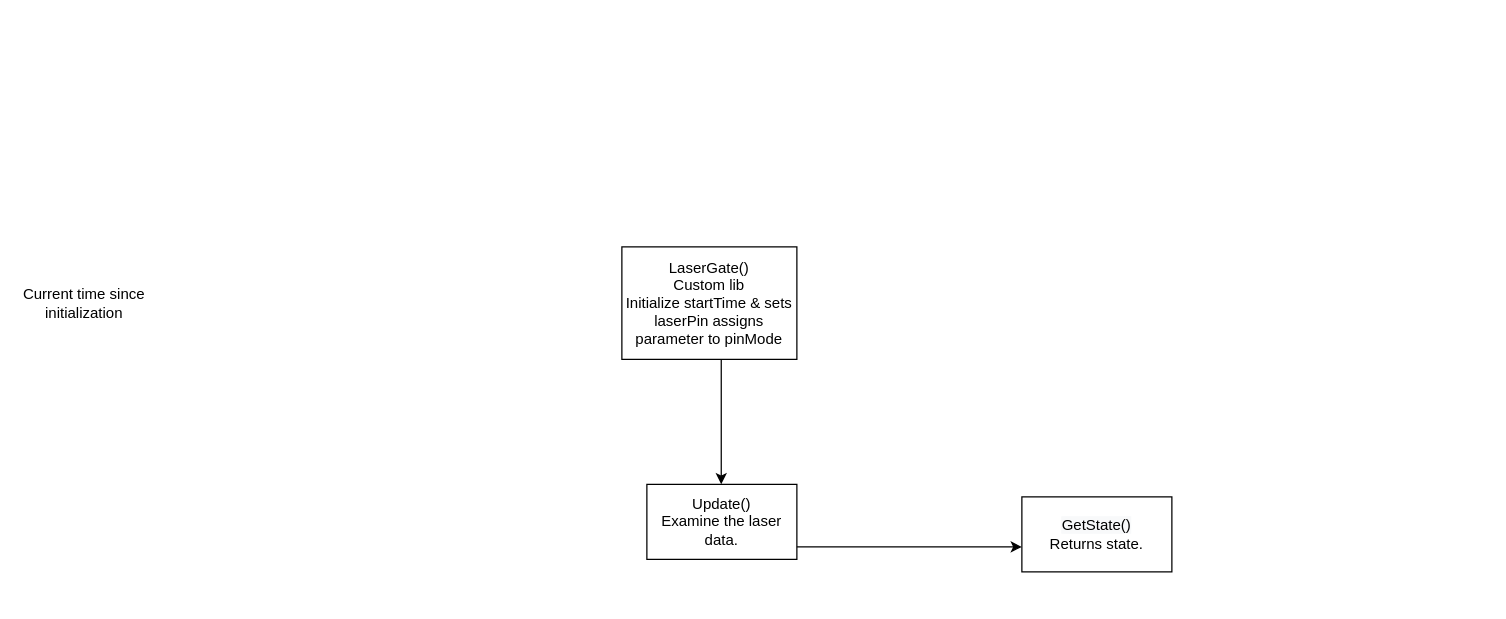
The draw.io diagram Diagrams/Lasergate.drawio in Daniel-Git-Hub/ENGG3000_T6, before the edit. Source tidied: cells renumbered, new cells numbered last; positions are measured from the earlier drawing's top-left corner, leaving out a move shared by most shapes. Both pictures are drawn from the tidied source at 125%, with x=0, y=0 at pixel (21, 246).
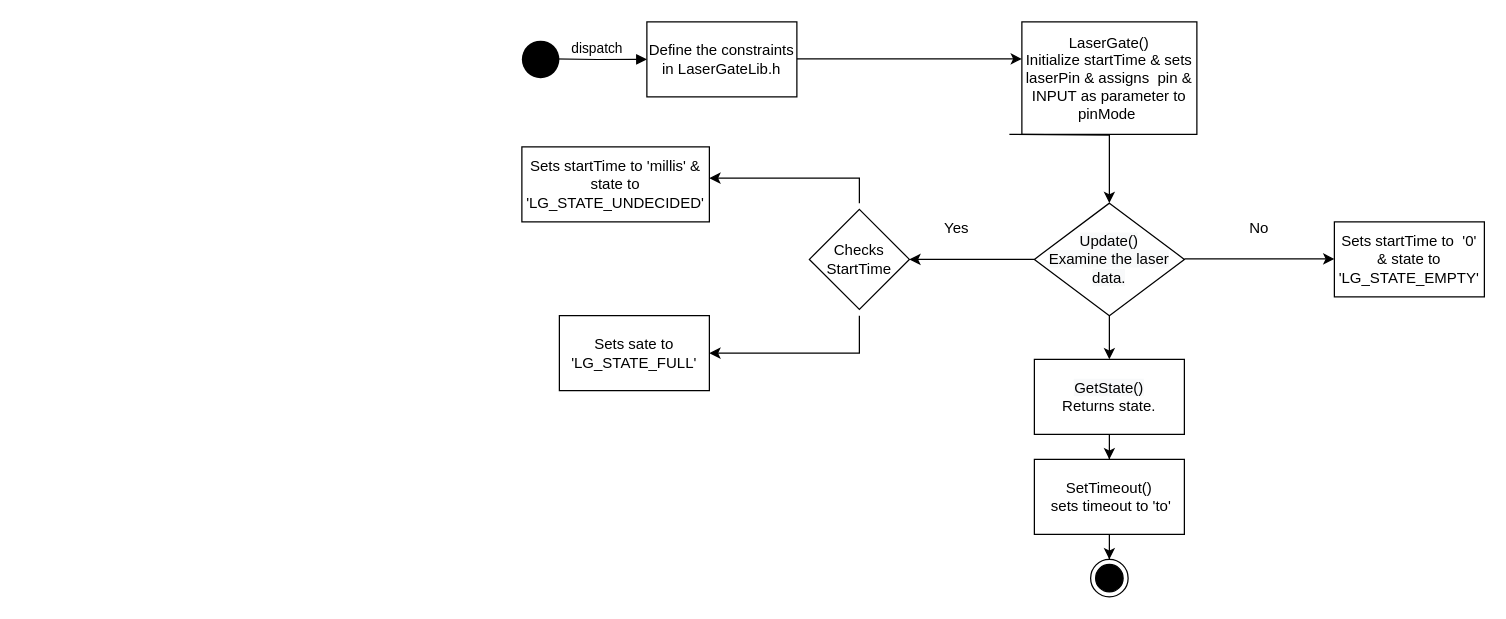
After the change.

Diff of the diagram source:
```diff
@@
-    <mxCell id="2" value="Current time since initialization" style="text;html=1;strokeColor=none;fillColor=none;align=center;verticalAlign=middle;whiteSpace=wrap;rounded=0;" parent="1" vertex="1">
-      <mxGeometry y="30" width="100" height="30" as="geometry" />
-    </mxCell>
-    <mxCell id="3" value="LaserGate()&lt;br&gt;Custom lib&lt;br&gt;Initialize startTime &amp;amp; sets laserPin assigns parameter to pinMode" style="rounded=0;whiteSpace=wrap;html=1;" parent="1" vertex="1">
-      <mxGeometry x="480" width="140" height="90" as="geometry" />
+    <mxCell id="3" value="LaserGate()&lt;br&gt;Initialize startTime &amp;amp; sets laserPin &amp;amp; assigns&amp;nbsp; pin &amp;amp; INPUT as parameter to pinMode&amp;nbsp;" style="rounded=0;whiteSpace=wrap;html=1;" parent="1" vertex="1">
+      <mxGeometry x="800" y="-180" width="140" height="90" as="geometry" />
     </mxCell>
-    <mxCell id="4" value="Update()&lt;br&gt;Examine the laser data." style="rounded=0;whiteSpace=wrap;html=1;" parent="1" vertex="1">
-      <mxGeometry x="500" y="190" width="120" height="60" as="geometry" />
+    <mxCell id="4" value="Sets sate to 'LG_STATE_FULL'" style="rounded=0;whiteSpace=wrap;html=1;" parent="1" vertex="1">
+      <mxGeometry x="430" y="55" width="120" height="60" as="geometry" />
     </mxCell>
+    <mxCell id="8" style="edgeStyle=orthogonalEdgeStyle;rounded=0;jettySize=auto;html=1;" parent="1" edge="1" source="5" target="13">
+      <mxGeometry relative="1" as="geometry" />
+    </mxCell>
     <mxCell id="5" value="&lt;span style=&quot;color: rgb(0 , 0 , 0) ; font-family: &amp;#34;helvetica&amp;#34; ; font-size: 12px ; font-style: normal ; font-weight: 400 ; letter-spacing: normal ; text-align: center ; text-indent: 0px ; text-transform: none ; word-spacing: 0px ; background-color: rgb(248 , 249 , 250) ; display: inline ; float: none&quot;&gt;GetState()&lt;br&gt;&lt;/span&gt;Returns state." style="rounded=0;whiteSpace=wrap;html=1;" parent="1" vertex="1">
-      <mxGeometry x="800" y="200" width="120" height="60" as="geometry" />
+      <mxGeometry x="810" y="90" width="120" height="60" as="geometry" />
     </mxCell>
-    <mxCell id="6" style="endArrow=classic;html=1;rounded=0;edgeStyle=orthogonalEdgeStyle;" parent="1" edge="1">
+    <mxCell id="6" style="endArrow=classic;html=1;rounded=0;edgeStyle=orthogonalEdgeStyle;entryX=0.5;entryY=0;entryDx=0;entryDy=0;" parent="1" edge="1" target="11">
       <mxGeometry relative="1" as="geometry">
-        <mxPoint x="559.5" y="90" as="sourcePoint" />
-        <mxPoint x="559.5" y="190" as="targetPoint" />
+        <mxPoint x="790" y="-90" as="sourcePoint" />
       </mxGeometry>
     </mxCell>
-    <mxCell id="7" style="endArrow=classic;html=1;rounded=0;edgeStyle=orthogonalEdgeStyle;" parent="1" edge="1">
-      <mxGeometry relative="1" as="geometry">
-        <mxPoint x="620" y="240" as="sourcePoint" />
-        <mxPoint x="800" y="240" as="targetPoint" />
-      </mxGeometry>
-    </mxCell>
+    <mxCell id="9" style="edgeStyle=orthogonalEdgeStyle;rounded=0;jettySize=auto;html=1;" parent="1" edge="1" source="11" target="18">
+      <mxGeometry relative="1" as="geometry" />
+    </mxCell>
+    <mxCell id="10" style="edgeStyle=orthogonalEdgeStyle;rounded=0;jettySize=auto;html=1;entryX=0.5;entryY=0;entryDx=0;entryDy=0;" parent="1" edge="1" source="11" target="5">
+      <mxGeometry relative="1" as="geometry" />
+    </mxCell>
+    <mxCell id="11" value="&#10;&#10;&lt;span style=&quot;color: rgb(0, 0, 0); font-family: helvetica; font-size: 12px; font-style: normal; font-weight: 400; letter-spacing: normal; text-align: center; text-indent: 0px; text-transform: none; word-spacing: 0px; background-color: rgb(248, 249, 250); display: inline; float: none;&quot;&gt;Update()&lt;/span&gt;&lt;br style=&quot;color: rgb(0, 0, 0); font-family: helvetica; font-size: 12px; font-style: normal; font-weight: 400; letter-spacing: normal; text-align: center; text-indent: 0px; text-transform: none; word-spacing: 0px; background-color: rgb(248, 249, 250);&quot;&gt;&lt;span style=&quot;color: rgb(0, 0, 0); font-family: helvetica; font-size: 12px; font-style: normal; font-weight: 400; letter-spacing: normal; text-align: center; text-indent: 0px; text-transform: none; word-spacing: 0px; background-color: rgb(248, 249, 250); display: inline; float: none;&quot;&gt;Examine the laser data.&lt;/span&gt;&#10;&#10;" style="rhombus;whiteSpace=wrap;html=1;" parent="1" vertex="1">
+      <mxGeometry x="810" y="-35" width="120" height="90" as="geometry" />
+    </mxCell>
+    <mxCell id="12" style="edgeStyle=orthogonalEdgeStyle;rounded=0;jettySize=auto;html=1;entryX=0.5;entryY=0;entryDx=0;entryDy=0;" parent="1" edge="1" source="13" target="27">
+      <mxGeometry relative="1" as="geometry" />
+    </mxCell>
+    <mxCell id="13" value="SetTimeout()&lt;br&gt;&amp;nbsp;sets timeout to 'to'" style="rounded=0;whiteSpace=wrap;html=1;" parent="1" vertex="1">
+      <mxGeometry x="810" y="170" width="120" height="60" as="geometry" />
+    </mxCell>
+    <mxCell id="14" value="Define the constraints in LaserGateLib.h" style="rounded=0;whiteSpace=wrap;html=1;" parent="1" vertex="1">
+      <mxGeometry x="500" y="-180" width="120" height="60" as="geometry" />
+    </mxCell>
+    <mxCell id="15" value="dispatch" style="html=1;verticalAlign=bottom;startArrow=oval;startFill=1;endArrow=block;startSize=8;rounded=0;edgeStyle=orthogonalEdgeStyle;entryX=0;entryY=0.5;entryDx=0;entryDy=0;" parent="1" edge="1" target="14">
+      <mxGeometry relative="1" as="geometry">
+        <mxPoint x="420" y="-150.4" as="sourcePoint" />
+      </mxGeometry>
+    </mxCell>
+    <mxCell id="16" style="endArrow=classic;html=1;rounded=0;edgeStyle=orthogonalEdgeStyle;" parent="1" edge="1">
+      <mxGeometry relative="1" as="geometry">
+        <mxPoint x="620" y="-150.4" as="sourcePoint" />
+        <mxPoint x="800" y="-150.4" as="targetPoint" />
+      </mxGeometry>
+    </mxCell>
+    <mxCell id="17" value="Sets startTime to 'millis' &amp;amp; state to 'LG_STATE_UNDECIDED'" style="rounded=0;whiteSpace=wrap;html=1;" parent="1" vertex="1">
+      <mxGeometry x="400" y="-80" width="150" height="60" as="geometry" />
+    </mxCell>
+    <mxCell id="18" value="Checks StartTime" style="rhombus;whiteSpace=wrap;html=1;" parent="1" vertex="1">
+      <mxGeometry x="630" y="-30" width="80" height="80" as="geometry" />
+    </mxCell>
+    <mxCell id="19" style="edgeStyle=orthogonalEdgeStyle;rounded=0;orthogonalLoop=1;jettySize=auto;html=1;exitX=0.5;exitY=1;exitDx=0;exitDy=0;" parent="1" edge="1" source="17" target="17">
+      <mxGeometry relative="1" as="geometry" />
+    </mxCell>
+    <mxCell id="20" value="Yes" style="text;html=1;strokeColor=none;fillColor=none;align=center;verticalAlign=middle;whiteSpace=wrap;rounded=0;" parent="1" vertex="1">
+      <mxGeometry x="718" y="-30" width="60" height="30" as="geometry" />
+    </mxCell>
+    <mxCell id="21" value="Sets startTime to&amp;nbsp; '0' &amp;amp; state to 'LG_STATE_EMPTY'" style="rounded=0;whiteSpace=wrap;html=1;" parent="1" vertex="1">
+      <mxGeometry x="1050" y="-20" width="120" height="60" as="geometry" />
+    </mxCell>
+    <mxCell id="22" style="edgeStyle=segmentEdgeStyle;endArrow=classic;html=1;rounded=0;entryX=0;entryY=0.5;entryDx=0;entryDy=0;" parent="1" edge="1" target="21">
+      <mxGeometry relative="1" as="geometry">
+        <mxPoint x="930" y="9.6" as="sourcePoint" />
+      </mxGeometry>
+    </mxCell>
+    <mxCell id="23" value="No" style="text;html=1;strokeColor=none;fillColor=none;align=center;verticalAlign=middle;whiteSpace=wrap;rounded=0;" parent="1" vertex="1">
+      <mxGeometry x="960" y="-30" width="60" height="30" as="geometry" />
+    </mxCell>
+    <mxCell id="24" style="edgeStyle=segmentEdgeStyle;endArrow=classic;html=1;rounded=0;" parent="1" edge="1">
+      <mxGeometry relative="1" as="geometry">
+        <mxPoint x="670" y="-35" as="sourcePoint" />
+        <mxPoint x="550" y="-55" as="targetPoint" />
+        <Array as="points">
+          <mxPoint x="660" y="-55" />
+          <mxPoint x="660" y="-55" />
+        </Array>
+      </mxGeometry>
+    </mxCell>
+    <mxCell id="25" style="edgeStyle=segmentEdgeStyle;endArrow=classic;html=1;rounded=0;entryX=1;entryY=0.5;entryDx=0;entryDy=0;" parent="1" edge="1" target="4">
+      <mxGeometry relative="1" as="geometry">
+        <mxPoint x="670" y="55" as="sourcePoint" />
+        <Array as="points">
+          <mxPoint x="670" y="85" />
+        </Array>
+      </mxGeometry>
+    </mxCell>
+    <mxCell id="26" style="ellipse;fillColor=#000000;strokeColor=none;" parent="1" vertex="1">
+      <mxGeometry x="400" y="-165" width="30" height="30" as="geometry" />
+    </mxCell>
+    <mxCell id="27" style="ellipse;html=1;shape=endState;fillColor=#000000;strokeColor=#000000;" parent="1" vertex="1">
+      <mxGeometry x="855" y="250" width="30" height="30" as="geometry" />
+    </mxCell>
```
